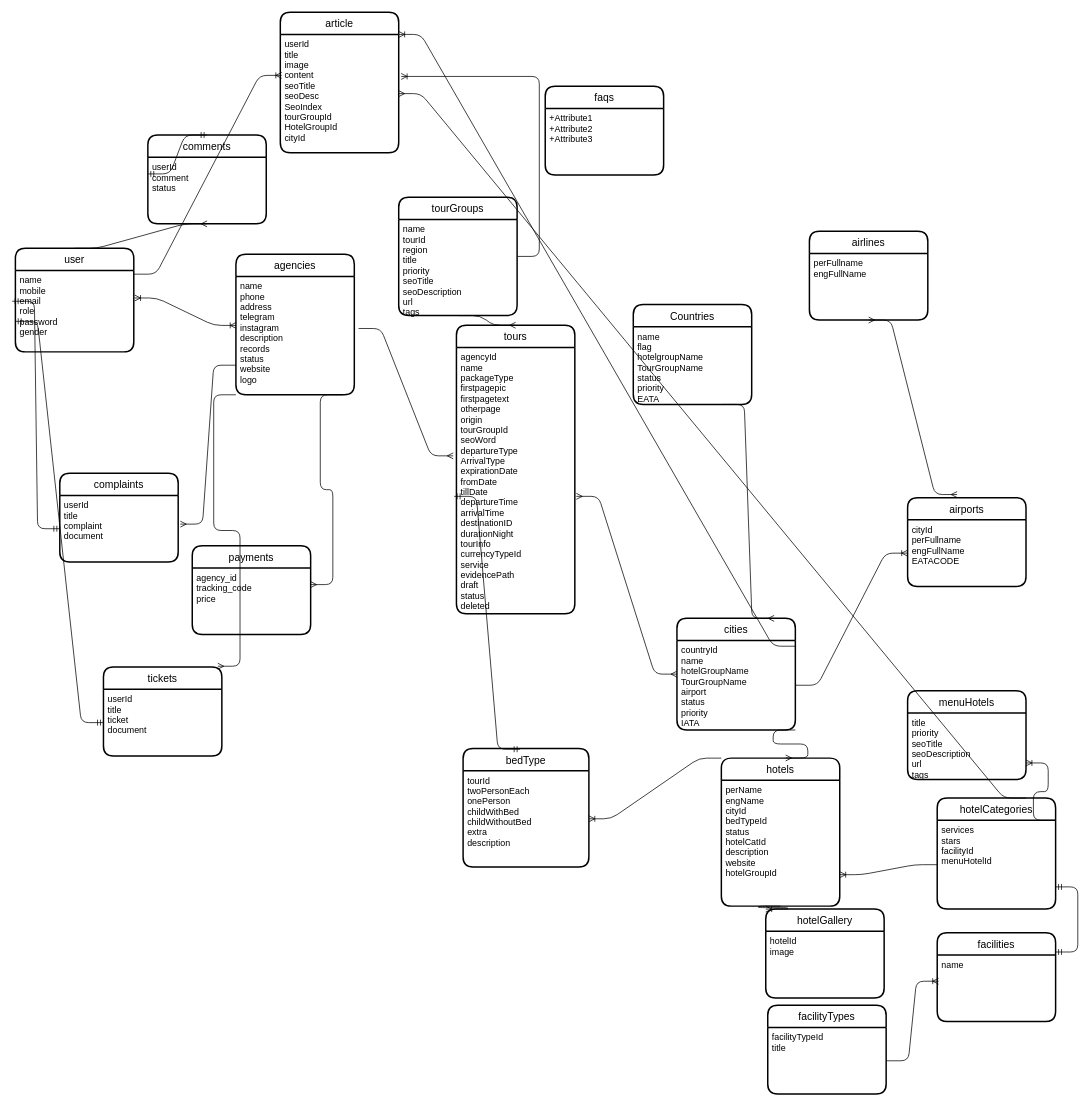
Earlier version of the draw.io diagram Untitled Diagram.drawio (hamedhsm73/gitProject). Source tidied: cells renumbered, new cells numbered last; positions are measured from the earlier drawing's top-left corner, leaving out a move shared by most shapes. Both pictures are drawn from the tidied source at 74%, with x=0, y=0 at pixel (15, 12).
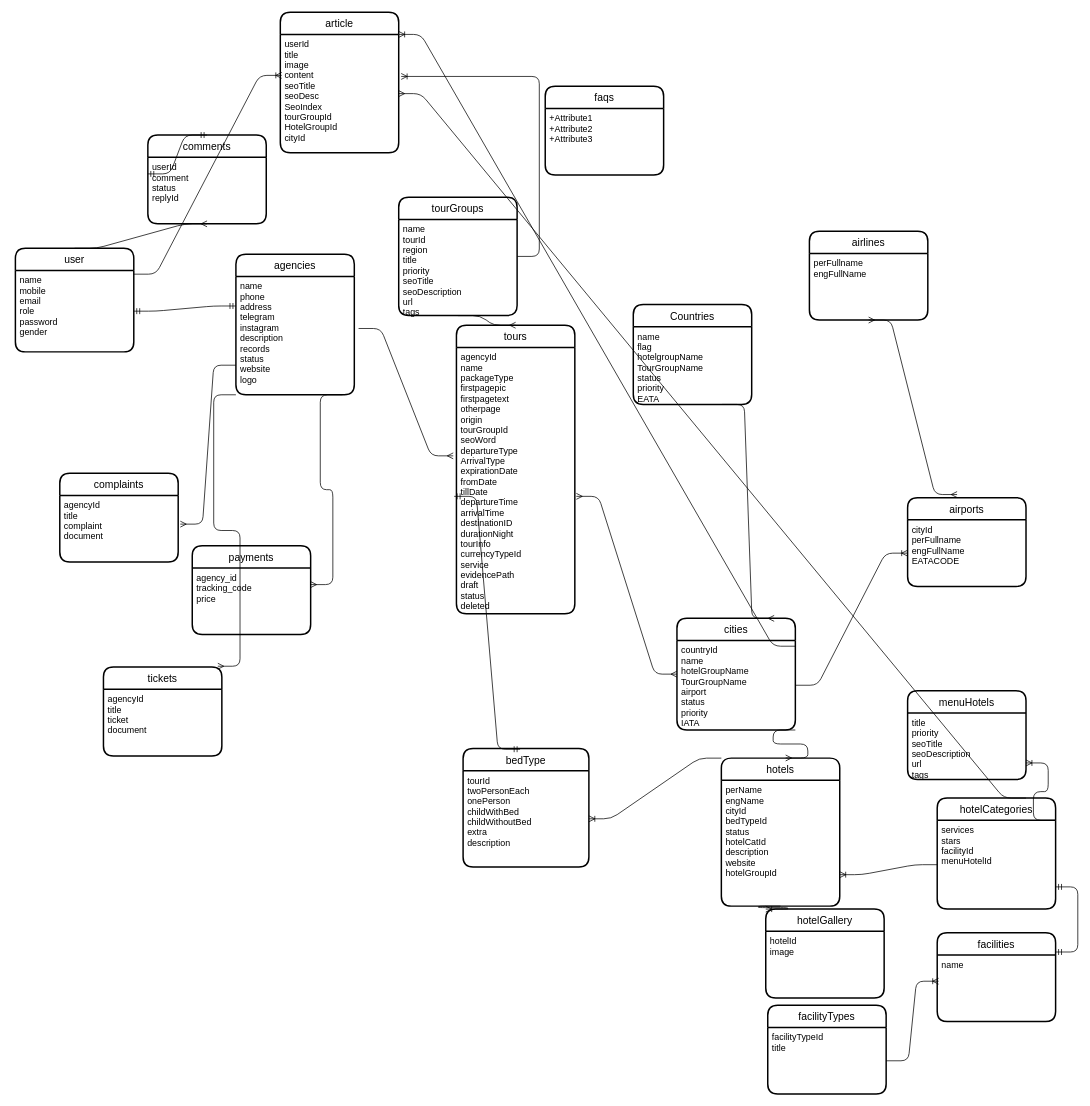
After the change.

Unchanged cells that the change refers to:
```xml
<mxCell id="3" value="name&#10;mobile&#10;email&#10;role&#10;password&#10;gender&#10;" style="align=left;strokeColor=none;fillColor=none;spacingLeft=4;fontSize=12;verticalAlign=top;" parent="2" vertex="1">
  <mxGeometry y="30" width="160" height="110" as="geometry" />
</mxCell>
<mxCell id="4" value="complaints" style="swimlane;horizontal=1;startSize=30;rounded=1;fontSize=14;fontStyle=0;strokeWidth=2;shadow=0;dashed=0;align=center;" parent="1" vertex="1">
  <mxGeometry x="60.3" y="623" width="160" height="120" as="geometry" />
</mxCell>
<mxCell id="6" value="tickets" style="swimlane;horizontal=1;startSize=30;rounded=1;fontSize=14;fontStyle=0;strokeWidth=2;shadow=0;dashed=0;align=center;" parent="1" vertex="1">
  <mxGeometry x="119.3" y="885" width="160" height="120" as="geometry" />
</mxCell>
<mxCell id="9" value="name&#10;phone&#10;address&#10;telegram&#10;instagram&#10;description&#10;records&#10;status&#10;website&#10;logo" style="align=left;strokeColor=none;fillColor=none;spacingLeft=4;fontSize=12;verticalAlign=top;" parent="8" vertex="1">
  <mxGeometry y="30" width="160" height="160" as="geometry" />
</mxCell>
<mxCell id="51" value="comments" style="swimlane;horizontal=1;startSize=30;rounded=1;fontSize=14;fontStyle=0;strokeWidth=2;shadow=0;dashed=0;align=center;" parent="1" vertex="1">
  <mxGeometry x="179.3" y="166" width="160" height="120" as="geometry" />
</mxCell>
```

What changed in the source:
```diff
@@
-    <mxCell id="5" value="userId&#10;title&#10;complaint&#10;document" style="align=left;strokeColor=none;fillColor=none;spacingLeft=4;fontSize=12;verticalAlign=top;" parent="4" vertex="1">
+    <mxCell id="5" value="agencyId&#10;title&#10;complaint&#10;document" style="align=left;strokeColor=none;fillColor=none;spacingLeft=4;fontSize=12;verticalAlign=top;" parent="4" vertex="1">
       <mxGeometry y="30" width="160" height="90" as="geometry" />
     </mxCell>
@@
-    <mxCell id="7" value="userId&#10;title&#10;ticket&#10;document" style="align=left;strokeColor=none;fillColor=none;spacingLeft=4;fontSize=12;verticalAlign=top;" parent="6" vertex="1">
+    <mxCell id="7" value="agencyId&#10;title&#10;ticket&#10;document" style="align=left;strokeColor=none;fillColor=none;spacingLeft=4;fontSize=12;verticalAlign=top;" parent="6" vertex="1">
       <mxGeometry y="30" width="160" height="90" as="geometry" />
     </mxCell>
@@
-    <mxCell id="12" style="edgeStyle=entityRelationEdgeStyle;fontSize=12;html=1;endArrow=ERoneToMany;startArrow=ERoneToMany;exitX=1.007;exitY=0.338;exitDx=0;exitDy=0;exitPerimeter=0;entryX=0.002;entryY=0.414;entryDx=0;entryDy=0;entryPerimeter=0;" parent="1" edge="1" source="3" target="9">
-      <mxGeometry relative="1" as="geometry" />
-    </mxCell>
@@
-    <mxCell id="15" style="edgeStyle=entityRelationEdgeStyle;fontSize=12;html=1;endArrow=ERmandOne;startArrow=ERmandOne;entryX=-0.027;entryY=0.378;entryDx=0;entryDy=0;entryPerimeter=0;" parent="1" edge="1" source="5" target="3">
-      <mxGeometry relative="1" as="geometry" />
-    </mxCell>
-    <mxCell id="16" style="edgeStyle=entityRelationEdgeStyle;fontSize=12;html=1;endArrow=ERmandOne;startArrow=ERmandOne;entryX=-0.001;entryY=0.625;entryDx=0;entryDy=0;entryPerimeter=0;exitX=0;exitY=0.5;exitDx=0;exitDy=0;" parent="1" edge="1" source="7" target="3">
-      <mxGeometry relative="1" as="geometry" />
-    </mxCell>
@@
+    <mxCell id="53" style="edgeStyle=entityRelationEdgeStyle;fontSize=12;html=1;endArrow=ERmandOne;startArrow=ERmandOne;exitX=0;exitY=0.25;exitDx=0;exitDy=0;entryX=0.5;entryY=0;entryDx=0;entryDy=0;" parent="51" edge="1" source="52" target="51">
+      <mxGeometry relative="1" as="geometry" />
+    </mxCell>
-    <mxCell id="52" value="userId&#10;comment&#10;status&#10;" style="align=left;strokeColor=none;fillColor=none;spacingLeft=4;fontSize=12;verticalAlign=top;" parent="51" vertex="1">
+    <mxCell id="52" value="userId&#10;comment&#10;status&#10;replyId&#10;" style="align=left;strokeColor=none;fillColor=none;spacingLeft=4;fontSize=12;verticalAlign=top;" parent="51" vertex="1">
       <mxGeometry y="30" width="160" height="90" as="geometry" />
     </mxCell>
-    <mxCell id="53" style="edgeStyle=entityRelationEdgeStyle;fontSize=12;html=1;endArrow=ERmandOne;startArrow=ERmandOne;exitX=0;exitY=0.25;exitDx=0;exitDy=0;entryX=0.5;entryY=0;entryDx=0;entryDy=0;" parent="51" edge="1" source="52" target="51">
-      <mxGeometry relative="1" as="geometry" />
-    </mxCell>
@@
+    <mxCell id="12" style="edgeStyle=entityRelationEdgeStyle;fontSize=12;html=1;endArrow=ERmandOne;startArrow=ERmandOne;entryX=0;entryY=0.25;entryDx=0;entryDy=0;exitX=1;exitY=0.5;exitDx=0;exitDy=0;" parent="1" edge="1" source="3" target="9">
+      <mxGeometry relative="1" as="geometry" />
+    </mxCell>
```
